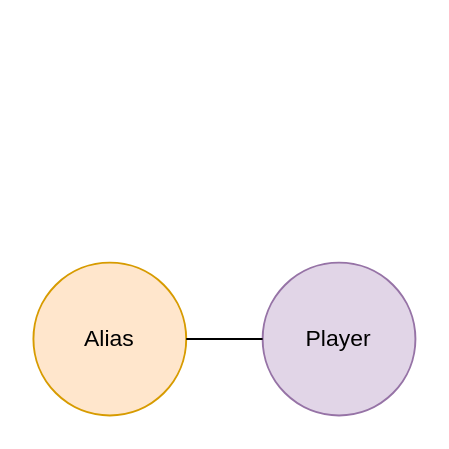
Techmate-Chess/BoardBuddy keeps this draw.io diagram as page "High Level Model" (1 of 4) of documentation/database/logical-model.drawio. Above is the earlier version. Source tidied: cells renumbered, new cells numbered last; positions are measured from the earlier drawing's top-left corner, leaving out a move shared by most shapes. Both pictures are drawn from the tidied source at 191%, with x=0, y=0 at pixel (32, 262).
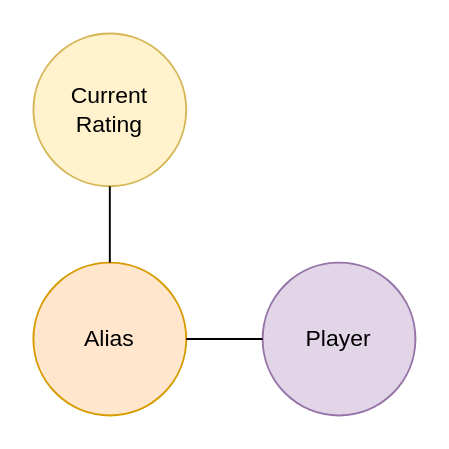
The same page after the edit.

Change to the diagram source:
```diff
@@
 <mxGraphModel>
   <root>
     <mxCell id="0" />
     <mxCell id="1" parent="0" />
     <mxCell id="2" value="Alias" style="ellipse;whiteSpace=wrap;html=1;labelBorderColor=none;fillColor=#ffe6cc;strokeColor=#d79b00;" parent="1" vertex="1">
       <mxGeometry width="80" height="80" as="geometry" />
     </mxCell>
     <mxCell id="3" value="Player" style="ellipse;whiteSpace=wrap;html=1;labelBorderColor=none;fillColor=#e1d5e7;strokeColor=#9673a6;" parent="1" vertex="1">
       <mxGeometry x="120" width="80" height="80" as="geometry" />
     </mxCell>
     <mxCell id="4" style="endArrow=none;html=1;rounded=0;exitX=1;exitY=0.5;exitDx=0;exitDy=0;entryX=0;entryY=0.5;entryDx=0;entryDy=0;" parent="1" edge="1" source="2" target="3">
       <mxGeometry relative="1" as="geometry" />
     </mxCell>
+    <mxCell id="5" value="Current Rating" style="ellipse;whiteSpace=wrap;html=1;fillColor=#fff2cc;strokeColor=#d6b656;" parent="1" vertex="1">
+      <mxGeometry y="-120" width="80" height="80" as="geometry" />
+    </mxCell>
+    <mxCell id="6" style="endArrow=none;html=1;rounded=0;exitX=0.5;exitY=0;exitDx=0;exitDy=0;entryX=0.5;entryY=1;entryDx=0;entryDy=0;" parent="1" edge="1" source="2" target="5">
+      <mxGeometry relative="1" as="geometry" />
+    </mxCell>
   </root>
 </mxGraphModel>
```
